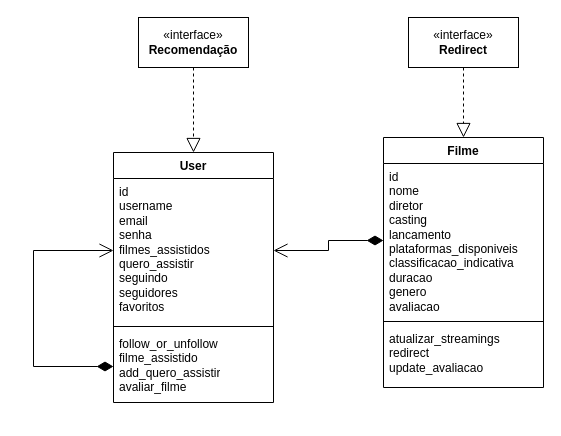
scalcogigi/plataforma-filmes-users keeps this draw.io diagram as page "Diagrama de Classes" (2 of 2) of projsoft.drawio. Above is the earlier version. Source tidied: cells renumbered, new cells numbered last; positions are measured from the earlier drawing's top-left corner, leaving out a move shared by most shapes. Both pictures are drawn from the tidied source at 100%, with x=0, y=0 at pixel (33, 17).
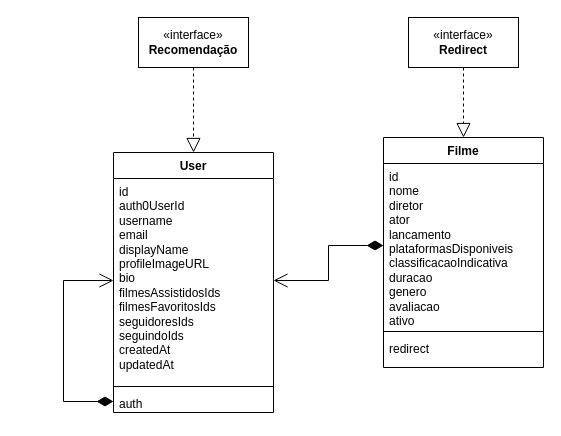
Above is the later version.

Change to the diagram source:
```diff
@@
 <mxGraphModel>
   <root>
     <mxCell id="0" />
     <mxCell id="1" parent="0" />
     <mxCell id="2" value="User" style="swimlane;fontStyle=1;align=center;verticalAlign=top;horizontal=1;startSize=26;whiteSpace=wrap;html=1;" parent="1" vertex="1">
-      <mxGeometry x="80" y="135" width="160" height="250" as="geometry" />
+      <mxGeometry x="80" y="135" width="160" height="260" as="geometry" />
     </mxCell>
-    <mxCell id="3" value="id&lt;br&gt;username&lt;br&gt;email&lt;br&gt;senha&lt;br&gt;filmes_assistidos&lt;br&gt;quero_assistir&lt;br&gt;seguindo&lt;br&gt;seguidores&lt;br&gt;favoritos" style="text;strokeColor=none;fillColor=none;align=left;verticalAlign=top;spacingLeft=4;spacingRight=4;overflow=hidden;points=[[0,0.5],[1,0.5]];portConstraint=eastwest;whiteSpace=wrap;html=1;" parent="2" vertex="1">
-      <mxGeometry y="26" width="160" height="144" as="geometry" />
+    <mxCell id="3" value="id&lt;br&gt;auth0UserId&lt;br&gt;username&lt;br&gt;email&lt;br&gt;displayName&lt;br&gt;profileImageURL&lt;br&gt;bio&lt;br&gt;filmesAssistidosIds&lt;br&gt;filmesFavoritosIds&lt;br&gt;seguidoresIds&lt;br&gt;seguindoIds&lt;br&gt;createdAt&lt;br&gt;updatedAt" style="text;strokeColor=none;fillColor=none;align=left;verticalAlign=top;spacingLeft=4;spacingRight=4;overflow=hidden;points=[[0,0.5],[1,0.5]];portConstraint=eastwest;whiteSpace=wrap;html=1;" parent="2" vertex="1">
+      <mxGeometry y="26" width="160" height="204" as="geometry" />
     </mxCell>
     <mxCell id="4" style="line;strokeWidth=1;fillColor=none;align=left;verticalAlign=middle;spacingTop=-1;spacingLeft=3;spacingRight=3;labelPosition=right;strokeColor=inherit;" parent="2" vertex="1">
-      <mxGeometry y="170" width="160" height="8" as="geometry" />
+      <mxGeometry y="230" width="160" height="8" as="geometry" />
     </mxCell>
-    <mxCell id="5" value="follow_or_unfollow&lt;br&gt;filme_assistido&lt;br&gt;add_quero_assistir&lt;br&gt;avaliar_filme" style="text;strokeColor=none;fillColor=none;align=left;verticalAlign=top;spacingLeft=4;spacingRight=4;overflow=hidden;points=[[0,0.5],[1,0.5]];portConstraint=eastwest;whiteSpace=wrap;html=1;" parent="2" vertex="1">
-      <mxGeometry y="178" width="160" height="72" as="geometry" />
+    <mxCell id="5" value="auth" style="text;strokeColor=none;fillColor=none;align=left;verticalAlign=top;spacingLeft=4;spacingRight=4;overflow=hidden;points=[[0,0.5],[1,0.5]];portConstraint=eastwest;whiteSpace=wrap;html=1;" parent="2" vertex="1">
+      <mxGeometry y="238" width="160" height="22" as="geometry" />
     </mxCell>
     <mxCell id="6" style="endArrow=open;html=1;endSize=12;startArrow=diamondThin;startSize=14;startFill=1;edgeStyle=orthogonalEdgeStyle;align=left;verticalAlign=bottom;rounded=0;exitX=0;exitY=0.5;exitDx=0;exitDy=0;entryX=0;entryY=0.5;entryDx=0;entryDy=0;" parent="2" edge="1" source="5" target="3">
       <mxGeometry x="-1" y="3" relative="1" as="geometry">
         <Array as="points">
-          <mxPoint x="-80" y="214" />
-          <mxPoint x="-80" y="98" />
+          <mxPoint x="-50" y="249" />
+          <mxPoint x="-50" y="128" />
         </Array>
       </mxGeometry>
     </mxCell>
     <mxCell id="7" value="Filme" style="swimlane;fontStyle=1;align=center;verticalAlign=top;horizontal=1;startSize=26;whiteSpace=wrap;html=1;" parent="1" vertex="1">
-      <mxGeometry x="350" y="120" width="160" height="250" as="geometry" />
+      <mxGeometry x="350" y="120" width="160" height="230" as="geometry" />
     </mxCell>
-    <mxCell id="8" value="id&lt;br&gt;nome&lt;br&gt;diretor&lt;br&gt;casting&lt;br&gt;lancamento&lt;br&gt;plataformas_disponiveis&lt;br&gt;classificacao_indicativa&lt;br&gt;duracao&lt;br&gt;genero&lt;br&gt;avaliacao" style="text;strokeColor=none;fillColor=none;align=left;verticalAlign=top;spacingLeft=4;spacingRight=4;overflow=hidden;points=[[0,0.5],[1,0.5]];portConstraint=eastwest;whiteSpace=wrap;html=1;" parent="7" vertex="1">
-      <mxGeometry y="26" width="160" height="154" as="geometry" />
+    <mxCell id="8" value="id&lt;br&gt;nome&lt;br&gt;diretor&lt;br&gt;ator&lt;br&gt;lancamento&lt;br&gt;plataformasDisponiveis&lt;br&gt;classificacaoIndicativa&lt;br&gt;duracao&lt;br&gt;genero&lt;br&gt;avaliacao&lt;br&gt;ativo" style="text;strokeColor=none;fillColor=none;align=left;verticalAlign=top;spacingLeft=4;spacingRight=4;overflow=hidden;points=[[0,0.5],[1,0.5]];portConstraint=eastwest;whiteSpace=wrap;html=1;" parent="7" vertex="1">
+      <mxGeometry y="26" width="160" height="164" as="geometry" />
     </mxCell>
     <mxCell id="9" style="line;strokeWidth=1;fillColor=none;align=left;verticalAlign=middle;spacingTop=-1;spacingLeft=3;spacingRight=3;labelPosition=right;strokeColor=inherit;" parent="7" vertex="1">
-      <mxGeometry y="180" width="160" height="8" as="geometry" />
+      <mxGeometry y="190" width="160" height="8" as="geometry" />
     </mxCell>
-    <mxCell id="10" value="atualizar_streamings&lt;br&gt;redirect&lt;br&gt;update_avaliacao" style="text;strokeColor=none;fillColor=none;align=left;verticalAlign=top;spacingLeft=4;spacingRight=4;overflow=hidden;whiteSpace=wrap;html=1;" parent="7" vertex="1">
-      <mxGeometry y="188" width="160" height="62" as="geometry" />
+    <mxCell id="10" value="redirect" style="text;strokeColor=none;fillColor=none;align=left;verticalAlign=top;spacingLeft=4;spacingRight=4;overflow=hidden;whiteSpace=wrap;html=1;" parent="7" vertex="1">
+      <mxGeometry y="198" width="160" height="32" as="geometry" />
     </mxCell>
     <mxCell id="11" value="«interface»&lt;br&gt;&lt;b&gt;Recomendação&lt;/b&gt;" style="html=1;whiteSpace=wrap;" parent="1" vertex="1">
       <mxGeometry x="105" width="110" height="50" as="geometry" />
     </mxCell>
     <mxCell id="12" value="«interface»&lt;br&gt;&lt;b&gt;Redirect&lt;/b&gt;" style="html=1;whiteSpace=wrap;" parent="1" vertex="1">
       <mxGeometry x="375" width="110" height="50" as="geometry" />
     </mxCell>
     <mxCell id="13" style="endArrow=open;html=1;endSize=12;startArrow=diamondThin;startSize=14;startFill=1;edgeStyle=orthogonalEdgeStyle;align=left;verticalAlign=bottom;rounded=0;entryX=1;entryY=0.5;entryDx=0;entryDy=0;exitX=0;exitY=0.5;exitDx=0;exitDy=0;" parent="1" edge="1" source="8" target="3">
       <mxGeometry x="-1" y="3" relative="1" as="geometry" />
     </mxCell>
     <mxCell id="14" style="endArrow=block;dashed=1;endFill=0;endSize=12;html=1;rounded=0;exitX=0.5;exitY=1;exitDx=0;exitDy=0;entryX=0.5;entryY=0;entryDx=0;entryDy=0;" parent="1" edge="1" source="11" target="2">
       <mxGeometry relative="1" as="geometry">
         <Array as="points">
           <mxPoint x="160" y="80" />
         </Array>
       </mxGeometry>
     </mxCell>
     <mxCell id="15" style="endArrow=block;dashed=1;endFill=0;endSize=12;html=1;rounded=0;exitX=0.5;exitY=1;exitDx=0;exitDy=0;entryX=0.5;entryY=0;entryDx=0;entryDy=0;" parent="1" edge="1" source="12" target="7">
       <mxGeometry relative="1" as="geometry" />
     </mxCell>
   </root>
 </mxGraphModel>
```
